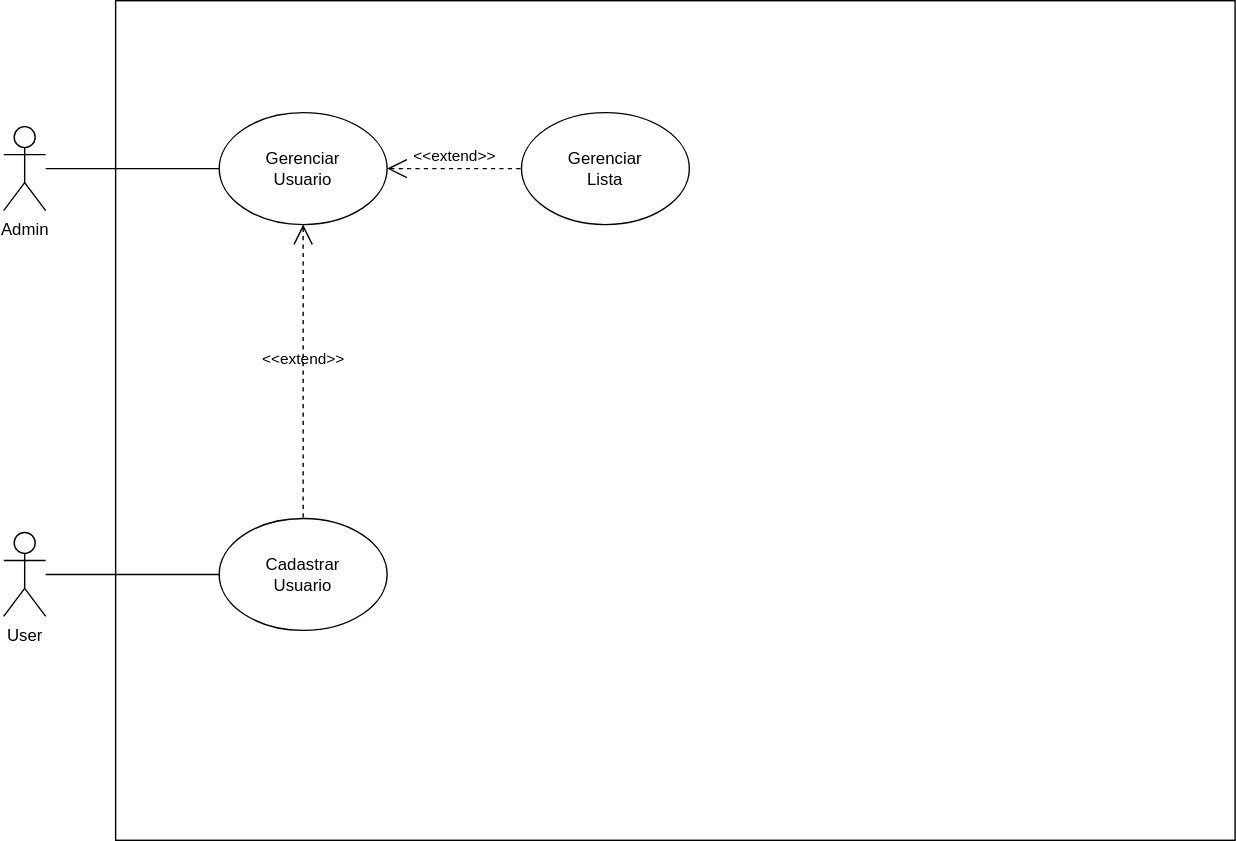
cassiovittori/Projeto_MPS keeps this draw.io diagram as CasosDeUso.svg. Above is the earlier version. Source tidied: cells renumbered, new cells last; positions are measured from the earlier drawing's top-left corner, leaving out a move shared by most shapes.
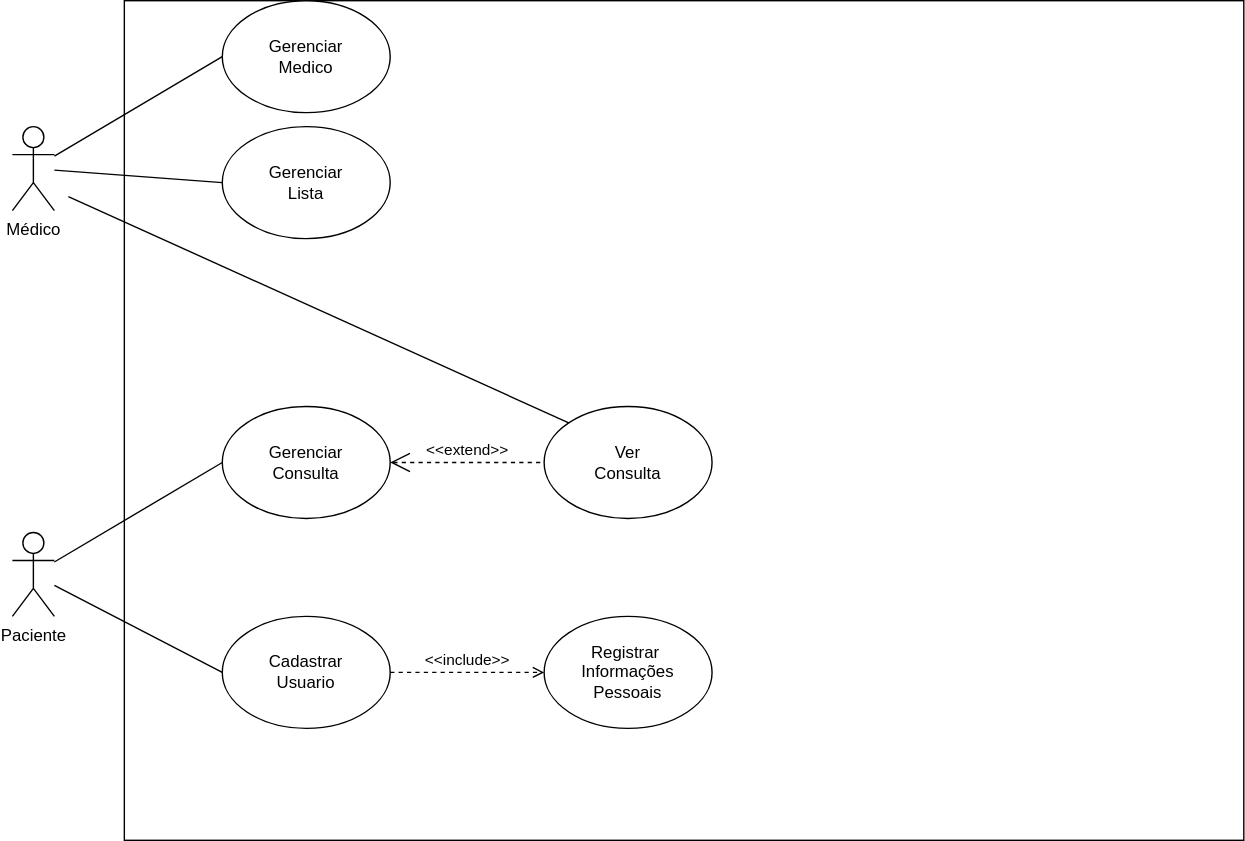
After the commit.

Change to the diagram source:
```diff
@@ -5,32 +5,55 @@
     <mxCell id="2" style="whiteSpace=wrap;html=1;" parent="1" vertex="1">
       <mxGeometry x="80" width="800" height="600" as="geometry" />
     </mxCell>
-    <mxCell id="3" value="Admin" style="shape=umlActor;verticalLabelPosition=bottom;verticalAlign=top;html=1;outlineConnect=0;" parent="1" vertex="1">
+    <mxCell id="3" value="Médico" style="shape=umlActor;verticalLabelPosition=bottom;verticalAlign=top;html=1;outlineConnect=0;" parent="1" vertex="1">
       <mxGeometry y="90" width="30" height="60" as="geometry" />
     </mxCell>
-    <mxCell id="4" value="Gerenciar&lt;div&gt;Usuario&lt;/div&gt;" style="ellipse;whiteSpace=wrap;html=1;" parent="1" vertex="1">
-      <mxGeometry x="154" y="80" width="120" height="80" as="geometry" />
+    <mxCell id="4" value="Gerenciar&lt;div&gt;Medico&lt;/div&gt;" style="ellipse;whiteSpace=wrap;html=1;" parent="1" vertex="1">
+      <mxGeometry x="150" width="120" height="80" as="geometry" />
     </mxCell>
     <mxCell id="5" style="endArrow=none;html=1;rounded=0;entryX=0;entryY=0.5;entryDx=0;entryDy=0;" parent="1" edge="1" source="3" target="4">
       <mxGeometry relative="1" as="geometry" />
     </mxCell>
-    <mxCell id="6" value="User&lt;div&gt;&lt;br&gt;&lt;/div&gt;" style="shape=umlActor;verticalLabelPosition=bottom;verticalAlign=top;html=1;outlineConnect=0;" parent="1" vertex="1">
+    <mxCell id="6" value="&lt;div&gt;Paciente&lt;/div&gt;" style="shape=umlActor;verticalLabelPosition=bottom;verticalAlign=top;html=1;outlineConnect=0;" parent="1" vertex="1">
       <mxGeometry y="380" width="30" height="60" as="geometry" />
     </mxCell>
     <mxCell id="7" value="Cadastrar&lt;div&gt;Usuario&lt;/div&gt;" style="ellipse;whiteSpace=wrap;html=1;" parent="1" vertex="1">
-      <mxGeometry x="154" y="370" width="120" height="80" as="geometry" />
+      <mxGeometry x="150" y="440" width="120" height="80" as="geometry" />
     </mxCell>
     <mxCell id="8" style="endArrow=none;html=1;rounded=0;entryX=0;entryY=0.5;entryDx=0;entryDy=0;" parent="1" edge="1" source="6" target="7">
       <mxGeometry relative="1" as="geometry" />
     </mxCell>
-    <mxCell id="9" value="&amp;lt;&amp;lt;extend&amp;gt;&amp;gt;" style="edgeStyle=none;html=1;startArrow=open;endArrow=none;startSize=12;verticalAlign=bottom;dashed=1;labelBackgroundColor=none;rounded=0;exitX=0.5;exitY=1;exitDx=0;exitDy=0;entryX=0.5;entryY=0;entryDx=0;entryDy=0;" parent="1" edge="1" source="4" target="7">
-      <mxGeometry relative="1" as="geometry" />
-    </mxCell>
-    <mxCell id="10" value="&amp;lt;&amp;lt;extend&amp;gt;&amp;gt;" style="edgeStyle=none;html=1;startArrow=open;endArrow=none;startSize=12;verticalAlign=bottom;dashed=1;labelBackgroundColor=none;rounded=0;exitX=1;exitY=0.5;exitDx=0;exitDy=0;entryX=0;entryY=0.5;entryDx=0;entryDy=0;" parent="1" edge="1" source="4" target="11">
-      <mxGeometry relative="1" as="geometry" />
-    </mxCell>
     <mxCell id="11" value="Gerenciar&lt;div&gt;Lista&lt;/div&gt;" style="ellipse;whiteSpace=wrap;html=1;" parent="1" vertex="1">
-      <mxGeometry x="370" y="80" width="120" height="80" as="geometry" />
+      <mxGeometry x="150" y="90" width="120" height="80" as="geometry" />
     </mxCell>
+    <mxCell id="12" value="Registrar&amp;nbsp;&lt;div&gt;Informações&lt;/div&gt;&lt;div&gt;Pessoais&lt;/div&gt;" style="ellipse;whiteSpace=wrap;html=1;" parent="1" vertex="1">
+      <mxGeometry x="380" y="440" width="120" height="80" as="geometry" />
+    </mxCell>
+    <mxCell id="13" value="Gerenciar&lt;div&gt;Consulta&lt;/div&gt;" style="ellipse;whiteSpace=wrap;html=1;" parent="1" vertex="1">
+      <mxGeometry x="150" y="290" width="120" height="80" as="geometry" />
+    </mxCell>
+    <mxCell id="14" style="endArrow=none;html=1;rounded=0;entryX=0;entryY=0.5;entryDx=0;entryDy=0;" parent="1" edge="1" source="6" target="13">
+      <mxGeometry relative="1" as="geometry" />
+    </mxCell>
+    <mxCell id="15" style="endArrow=none;html=1;rounded=0;entryX=0;entryY=0.5;entryDx=0;entryDy=0;" parent="1" edge="1" source="3" target="11">
+      <mxGeometry relative="1" as="geometry" />
+    </mxCell>
+    <mxCell id="16" value="&amp;lt;&amp;lt;include&amp;gt;&amp;gt;" style="html=1;verticalAlign=bottom;labelBackgroundColor=none;endArrow=open;endFill=0;dashed=1;rounded=0;exitX=1;exitY=0.5;exitDx=0;exitDy=0;entryX=0;entryY=0.5;entryDx=0;entryDy=0;" parent="1" edge="1" source="7" target="12">
+      <mxGeometry relative="1" as="geometry" />
+    </mxCell>
+    <mxCell id="17" value="Ver&lt;div&gt;Consulta&lt;/div&gt;" style="ellipse;whiteSpace=wrap;html=1;" parent="1" vertex="1">
+      <mxGeometry x="380" y="290" width="120" height="80" as="geometry" />
+    </mxCell>
+    <mxCell id="18" value="&amp;lt;&amp;lt;extend&amp;gt;&amp;gt;" style="edgeStyle=none;html=1;startArrow=open;endArrow=none;startSize=12;verticalAlign=bottom;dashed=1;labelBackgroundColor=none;rounded=0;" parent="1" edge="1">
+      <mxGeometry relative="1" as="geometry">
+        <mxPoint x="270" y="330" as="sourcePoint" />
+        <mxPoint x="380" y="330" as="targetPoint" />
+      </mxGeometry>
+    </mxCell>
+    <mxCell id="19" style="endArrow=none;html=1;rounded=0;entryX=0;entryY=0;entryDx=0;entryDy=0;" parent="1" edge="1" target="17">
+      <mxGeometry relative="1" as="geometry">
+        <mxPoint x="40" y="140" as="sourcePoint" />
+      </mxGeometry>
+    </mxCell>
   </root>
 </mxGraphModel>
```
